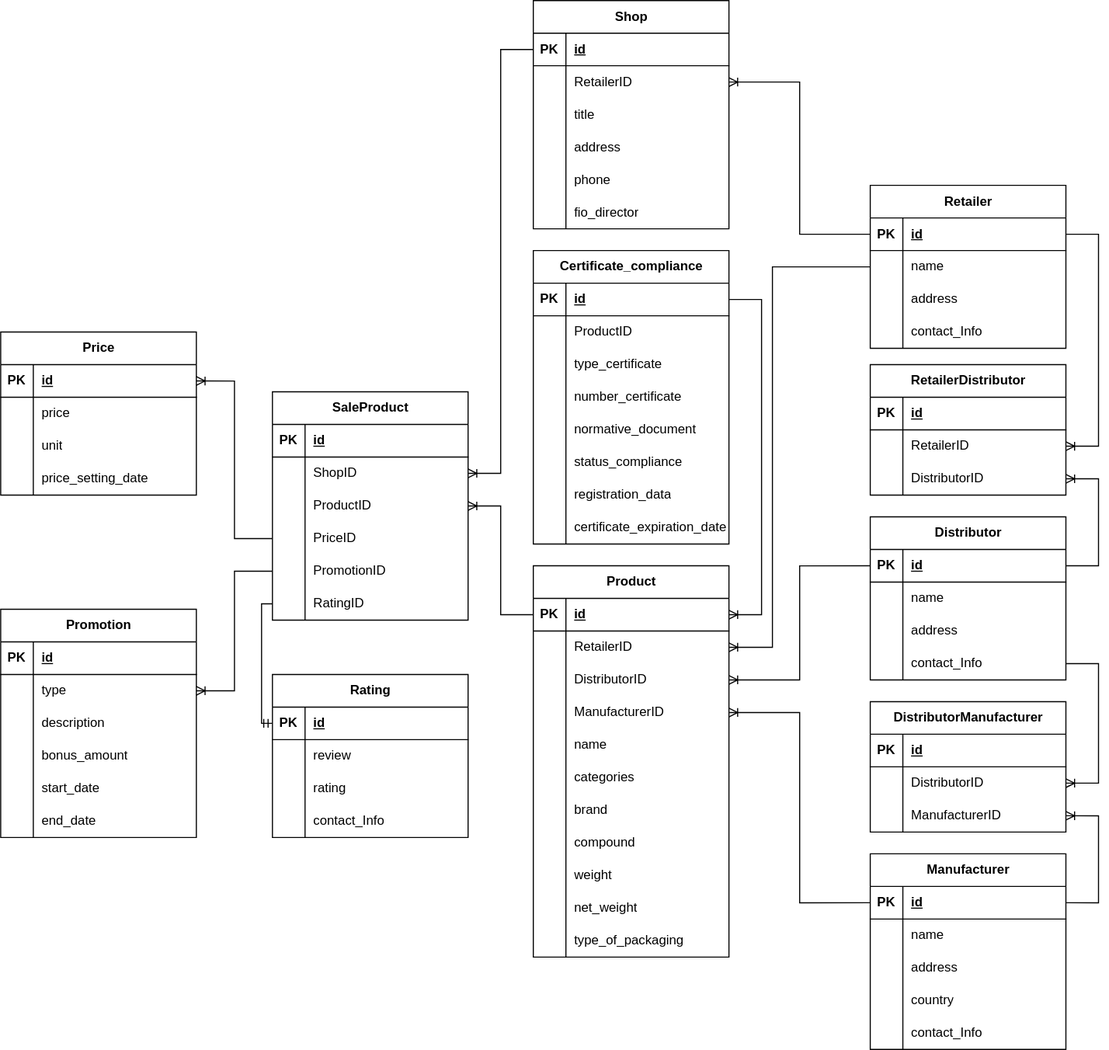
Before: docs/coursework/inc/img/er-entities-diag.drawio.svg, a diagram exported from draw.io (nikitalystsev/db_course). Source tidied: cells renumbered, new cells last; positions are measured from the earlier drawing's top-left corner, leaving out a move shared by most shapes.
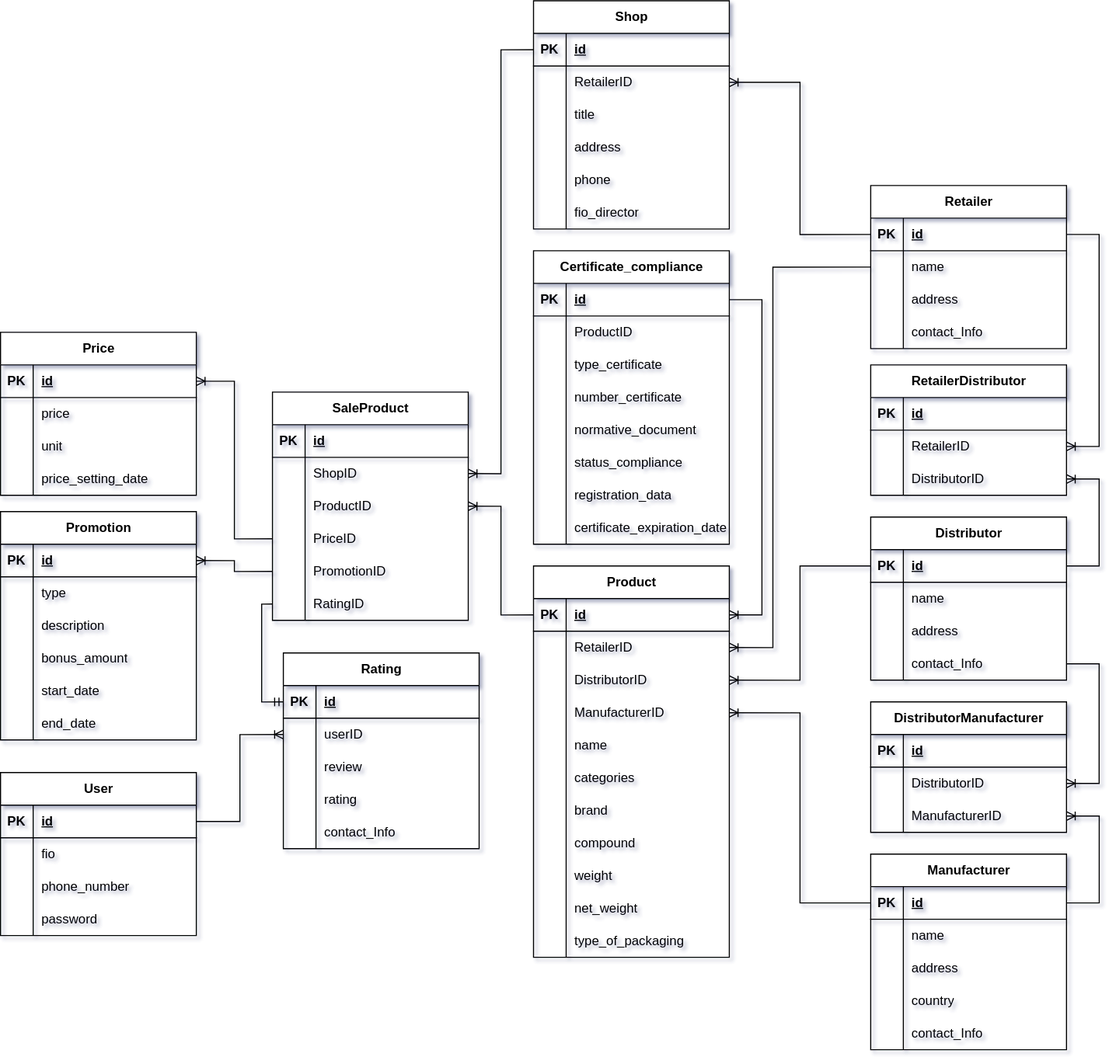
Later version of the same file.

Change to the diagram source:
```diff
@@ -464,7 +464,7 @@
       <mxGeometry relative="1" as="geometry" />
     </mxCell>
     <mxCell id="154" value="Promotion" style="shape=table;startSize=30;rowLines=0;fontStyle=1;align=center;html=1;" parent="1" vertex="1">
-      <mxGeometry y="560" width="180" height="210" as="geometry" />
+      <mxGeometry y="470" width="180" height="210" as="geometry" />
     </mxCell>
     <mxCell id="155" style="shape=tableRow;horizontal=0;startSize=0;swimlaneHead=0;swimlaneBody=0;fillColor=none;points=[[0,0.5],[1,0.5]];portConstraint=eastwest;top=0;left=0;right=0;bottom=1;" parent="154" vertex="1">
       <mxGeometry y="30" width="180" height="30" as="geometry" />
@@ -520,11 +520,11 @@
     <mxCell id="172" value="end_date" style="shape=partialRectangle;fillColor=none;top=0;left=0;bottom=0;right=0;align=left;spacingLeft=6;overflow=hidden;whiteSpace=wrap;html=1;" parent="170" vertex="1">
       <mxGeometry x="30" width="150" height="30" as="geometry" />
     </mxCell>
-    <mxCell id="173" style="edgeStyle=orthogonalEdgeStyle;fontSize=12;html=1;endArrow=ERoneToMany;rounded=0;entryX=1;entryY=0.5;entryDx=0;entryDy=0;exitX=0;exitY=0.5;exitDx=0;exitDy=0;" parent="1" edge="1" source="132" target="158">
+    <mxCell id="173" style="edgeStyle=orthogonalEdgeStyle;fontSize=12;html=1;endArrow=ERoneToMany;rounded=0;entryX=1;entryY=0.5;entryDx=0;entryDy=0;exitX=0;exitY=0.5;exitDx=0;exitDy=0;" parent="1" edge="1" source="132" target="155">
       <mxGeometry relative="1" as="geometry" />
     </mxCell>
     <mxCell id="174" value="Rating" style="shape=table;startSize=30;rowLines=0;fontStyle=1;align=center;html=1;" parent="1" vertex="1">
-      <mxGeometry x="250" y="620" width="180" height="150" as="geometry" />
+      <mxGeometry x="260" y="600" width="180" height="180" as="geometry" />
     </mxCell>
     <mxCell id="175" style="shape=tableRow;horizontal=0;startSize=0;swimlaneHead=0;swimlaneBody=0;fillColor=none;points=[[0,0.5],[1,0.5]];portConstraint=eastwest;top=0;left=0;right=0;bottom=1;" parent="174" vertex="1">
       <mxGeometry y="30" width="180" height="30" as="geometry" />
@@ -541,11 +541,20 @@
     <mxCell id="179" style="shape=partialRectangle;fillColor=none;top=0;left=0;bottom=0;right=0;overflow=hidden;whiteSpace=wrap;html=1;" parent="178" vertex="1">
       <mxGeometry width="30" height="30" as="geometry" />
     </mxCell>
-    <mxCell id="180" value="review" style="shape=partialRectangle;fillColor=none;top=0;left=0;bottom=0;right=0;align=left;spacingLeft=6;overflow=hidden;whiteSpace=wrap;html=1;" parent="178" vertex="1">
+    <mxCell id="180" value="userID" style="shape=partialRectangle;fillColor=none;top=0;left=0;bottom=0;right=0;align=left;spacingLeft=6;overflow=hidden;whiteSpace=wrap;html=1;" parent="178" vertex="1">
       <mxGeometry x="30" width="150" height="30" as="geometry" />
     </mxCell>
+    <mxCell id="220" style="shape=tableRow;horizontal=0;startSize=0;swimlaneHead=0;swimlaneBody=0;fillColor=none;top=0;left=0;right=0;bottom=0;" parent="174" vertex="1">
+      <mxGeometry y="90" width="180" height="30" as="geometry" />
+    </mxCell>
+    <mxCell id="221" style="shape=partialRectangle;fillColor=none;top=0;left=0;bottom=0;right=0;overflow=hidden;whiteSpace=wrap;html=1;" parent="220" vertex="1">
+      <mxGeometry width="30" height="30" as="geometry" />
+    </mxCell>
+    <mxCell id="222" value="review" style="shape=partialRectangle;fillColor=none;top=0;left=0;bottom=0;right=0;align=left;spacingLeft=6;overflow=hidden;whiteSpace=wrap;html=1;" parent="220" vertex="1">
+      <mxGeometry x="30" width="150" height="30" as="geometry" />
+    </mxCell>
     <mxCell id="181" style="shape=tableRow;horizontal=0;startSize=0;swimlaneHead=0;swimlaneBody=0;fillColor=none;top=0;left=0;right=0;bottom=0;" parent="174" vertex="1">
-      <mxGeometry y="90" width="180" height="30" as="geometry" />
+      <mxGeometry y="120" width="180" height="30" as="geometry" />
     </mxCell>
     <mxCell id="182" style="shape=partialRectangle;fillColor=none;top=0;left=0;bottom=0;right=0;overflow=hidden;whiteSpace=wrap;html=1;" parent="181" vertex="1">
       <mxGeometry width="30" height="30" as="geometry" />
@@ -554,7 +563,7 @@
       <mxGeometry x="30" width="150" height="30" as="geometry" />
     </mxCell>
     <mxCell id="184" style="shape=tableRow;horizontal=0;startSize=0;swimlaneHead=0;swimlaneBody=0;fillColor=none;top=0;left=0;right=0;bottom=0;" parent="174" vertex="1">
-      <mxGeometry y="120" width="180" height="30" as="geometry" />
+      <mxGeometry y="150" width="180" height="30" as="geometry" />
     </mxCell>
     <mxCell id="185" style="shape=partialRectangle;fillColor=none;top=0;left=0;bottom=0;right=0;overflow=hidden;whiteSpace=wrap;html=1;" parent="184" vertex="1">
       <mxGeometry width="30" height="30" as="geometry" />
@@ -681,5 +690,47 @@
     <mxCell id="219" style="edgeStyle=orthogonalEdgeStyle;fontSize=12;html=1;endArrow=ERmandOne;rounded=0;entryX=0;entryY=0.5;entryDx=0;entryDy=0;exitX=0;exitY=0.5;exitDx=0;exitDy=0;" parent="1" edge="1" source="135" target="175">
       <mxGeometry relative="1" as="geometry" />
     </mxCell>
+    <mxCell id="223" value="User" style="shape=table;startSize=30;rowLines=0;fontStyle=1;align=center;html=1;" parent="1" vertex="1">
+      <mxGeometry y="710" width="180" height="150" as="geometry" />
+    </mxCell>
+    <mxCell id="224" style="shape=tableRow;horizontal=0;startSize=0;swimlaneHead=0;swimlaneBody=0;fillColor=none;points=[[0,0.5],[1,0.5]];portConstraint=eastwest;top=0;left=0;right=0;bottom=1;" parent="223" vertex="1">
+      <mxGeometry y="30" width="180" height="30" as="geometry" />
+    </mxCell>
+    <mxCell id="225" value="PK" style="shape=partialRectangle;fillColor=none;top=0;left=0;bottom=0;right=0;fontStyle=1;overflow=hidden;whiteSpace=wrap;html=1;" parent="224" vertex="1">
+      <mxGeometry width="30" height="30" as="geometry" />
+    </mxCell>
+    <mxCell id="226" value="id" style="shape=partialRectangle;fillColor=none;top=0;left=0;bottom=0;right=0;align=left;spacingLeft=6;fontStyle=5;overflow=hidden;whiteSpace=wrap;html=1;" parent="224" vertex="1">
+      <mxGeometry x="30" width="150" height="30" as="geometry" />
+    </mxCell>
+    <mxCell id="227" style="shape=tableRow;horizontal=0;startSize=0;swimlaneHead=0;swimlaneBody=0;fillColor=none;top=0;left=0;right=0;bottom=0;" parent="223" vertex="1">
+      <mxGeometry y="60" width="180" height="30" as="geometry" />
+    </mxCell>
+    <mxCell id="228" style="shape=partialRectangle;fillColor=none;top=0;left=0;bottom=0;right=0;overflow=hidden;whiteSpace=wrap;html=1;" parent="227" vertex="1">
+      <mxGeometry width="30" height="30" as="geometry" />
+    </mxCell>
+    <mxCell id="229" value="fio" style="shape=partialRectangle;fillColor=none;top=0;left=0;bottom=0;right=0;align=left;spacingLeft=6;overflow=hidden;whiteSpace=wrap;html=1;" parent="227" vertex="1">
+      <mxGeometry x="30" width="150" height="30" as="geometry" />
+    </mxCell>
+    <mxCell id="230" style="shape=tableRow;horizontal=0;startSize=0;swimlaneHead=0;swimlaneBody=0;fillColor=none;top=0;left=0;right=0;bottom=0;" parent="223" vertex="1">
+      <mxGeometry y="90" width="180" height="30" as="geometry" />
+    </mxCell>
+    <mxCell id="231" style="shape=partialRectangle;fillColor=none;top=0;left=0;bottom=0;right=0;overflow=hidden;whiteSpace=wrap;html=1;" parent="230" vertex="1">
+      <mxGeometry width="30" height="30" as="geometry" />
+    </mxCell>
+    <mxCell id="232" value="&lt;div style=&quot;text-align: center;&quot;&gt;&lt;span style=&quot;background-color: initial; text-wrap: nowrap;&quot;&gt;phone_number&lt;/span&gt;&lt;/div&gt;" style="shape=partialRectangle;fillColor=none;top=0;left=0;bottom=0;right=0;align=left;spacingLeft=6;overflow=hidden;whiteSpace=wrap;html=1;" parent="230" vertex="1">
+      <mxGeometry x="30" width="150" height="30" as="geometry" />
+    </mxCell>
+    <mxCell id="233" style="shape=tableRow;horizontal=0;startSize=0;swimlaneHead=0;swimlaneBody=0;fillColor=none;top=0;left=0;right=0;bottom=0;" parent="223" vertex="1">
+      <mxGeometry y="120" width="180" height="30" as="geometry" />
+    </mxCell>
+    <mxCell id="234" style="shape=partialRectangle;fillColor=none;top=0;left=0;bottom=0;right=0;overflow=hidden;whiteSpace=wrap;html=1;" parent="233" vertex="1">
+      <mxGeometry width="30" height="30" as="geometry" />
+    </mxCell>
+    <mxCell id="235" value="password" style="shape=partialRectangle;fillColor=none;top=0;left=0;bottom=0;right=0;align=left;spacingLeft=6;overflow=hidden;whiteSpace=wrap;html=1;" parent="233" vertex="1">
+      <mxGeometry x="30" width="150" height="30" as="geometry" />
+    </mxCell>
+    <mxCell id="236" style="edgeStyle=orthogonalEdgeStyle;fontSize=12;html=1;endArrow=ERoneToMany;rounded=0;entryX=0;entryY=0.5;entryDx=0;entryDy=0;exitX=1;exitY=0.5;exitDx=0;exitDy=0;" parent="1" edge="1" source="224" target="178">
+      <mxGeometry relative="1" as="geometry" />
+    </mxCell>
   </root>
 </mxGraphModel>
```
